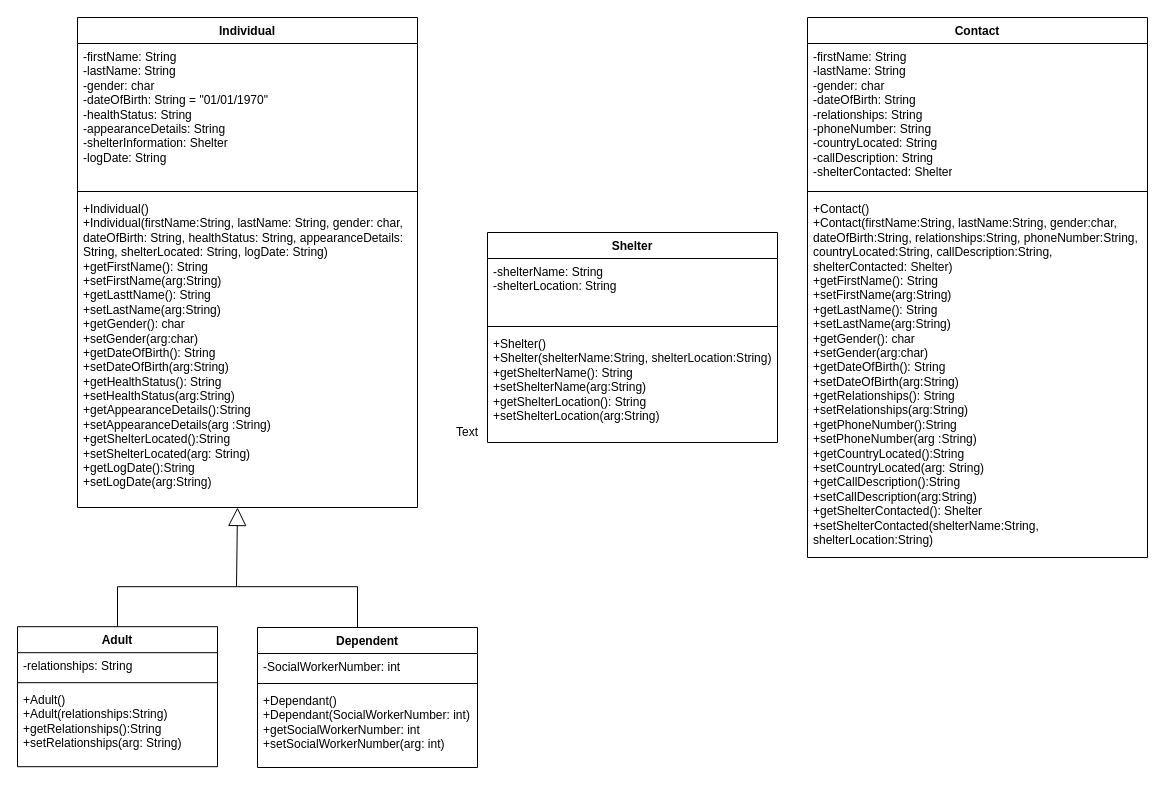
The draw.io diagram disaster_recover_UML_25.drawio in ENSF-380-Group-25/Project-1, before the edit. Source tidied: cells renumbered, new cells numbered last; positions are measured from the earlier drawing's top-left corner, leaving out a move shared by most shapes. Both pictures are drawn from the tidied source at 100%, with x=0, y=0 at pixel (17, 17).
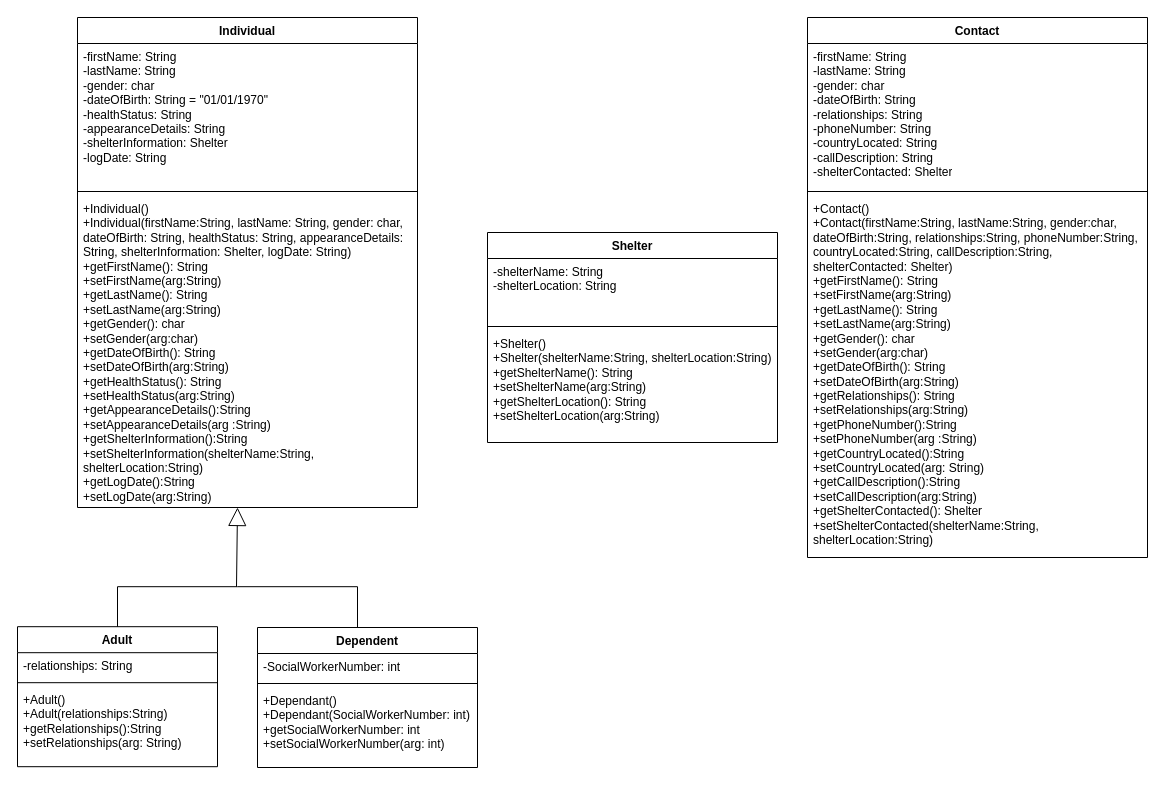
The same diagram, later.

Commit message:
made changes to the individual class(made changes within constructor)

Unchanged cells that the change refers to:
```xml
<mxCell id="2" value="Individual" style="swimlane;fontStyle=1;align=center;verticalAlign=top;horizontal=1;startSize=26;whiteSpace=wrap;html=1;" parent="1" vertex="1">
  <mxGeometry x="60" width="340" height="490" as="geometry" />
</mxCell>
```

Change to the diagram source:
```diff
@@
-    <mxCell id="5" value="&lt;div&gt;+Individual()&lt;/div&gt;&lt;div&gt;+Individual(firstName:String, lastName: String, gender: char, dateOfBirth: String, healthStatus: String, appearanceDetails: String, shelterLocated: String, logDate: String)&lt;/div&gt;+getFirstName(): String&lt;div&gt;+setFirstName(arg:String)&lt;/div&gt;&lt;div&gt;+getLasttName(): String&lt;div&gt;+setLastName(arg:String)&lt;/div&gt;&lt;div&gt;+getGender(): char&lt;div&gt;+setGender(arg:char)&lt;/div&gt;&lt;div&gt;+getDateOfBirth(): String&lt;div&gt;+setDateOfBirth(arg:String)&lt;/div&gt;&lt;div&gt;+getHealthStatus(): String&lt;div&gt;+setHealthStatus(arg:String)&lt;/div&gt;&lt;div&gt;+getAppearanceDetails():String&lt;/div&gt;&lt;div&gt;+setAppearanceDetails(arg&amp;nbsp;&lt;span style=&quot;background-color: transparent; color: light-dark(rgb(0, 0, 0), rgb(255, 255, 255));&quot;&gt;:String&lt;/span&gt;&lt;span style=&quot;background-color: transparent; color: light-dark(rgb(0, 0, 0), rgb(255, 255, 255));&quot;&gt;)&lt;/span&gt;&lt;/div&gt;&lt;div&gt;+getShelterLocated():String&lt;/div&gt;&lt;div&gt;+setShelterLocated(arg: String)&lt;/div&gt;&lt;div&gt;+getLogDate():String&lt;/div&gt;&lt;div&gt;+setLogDate(arg:String)&lt;/div&gt;&lt;div&gt;&lt;br&gt;&lt;/div&gt;&lt;div&gt;&lt;br&gt;&lt;/div&gt;&lt;/div&gt;&lt;div&gt;&lt;br&gt;&lt;/div&gt;&lt;/div&gt;&lt;/div&gt;&lt;div&gt;&lt;br&gt;&lt;/div&gt;&lt;/div&gt;" style="text;strokeColor=none;fillColor=none;align=left;verticalAlign=top;spacingLeft=4;spacingRight=4;overflow=hidden;whiteSpace=wrap;html=1;" parent="2" vertex="1">
+    <mxCell id="5" value="&lt;div&gt;+Individual()&lt;/div&gt;&lt;div&gt;+Individual(firstName:String, lastName: String, gender: char, dateOfBirth: String, healthStatus: String, appearanceDetails: String, shelterInformation: Shelter, logDate: String)&lt;/div&gt;+getFirstName(): String&lt;div&gt;+setFirstName(arg:String)&lt;/div&gt;&lt;div&gt;+getLastName(): String&lt;div&gt;+setLastName(arg:String)&lt;/div&gt;&lt;div&gt;+getGender(): char&lt;div&gt;+setGender(arg:char)&lt;/div&gt;&lt;div&gt;+getDateOfBirth(): String&lt;div&gt;+setDateOfBirth(arg:String)&lt;/div&gt;&lt;div&gt;+getHealthStatus(): String&lt;div&gt;+setHealthStatus(arg:String)&lt;/div&gt;&lt;div&gt;+getAppearanceDetails():String&lt;/div&gt;&lt;div&gt;+setAppearanceDetails(arg&amp;nbsp;&lt;span style=&quot;background-color: transparent; color: light-dark(rgb(0, 0, 0), rgb(255, 255, 255));&quot;&gt;:String&lt;/span&gt;&lt;span style=&quot;background-color: transparent; color: light-dark(rgb(0, 0, 0), rgb(255, 255, 255));&quot;&gt;)&lt;/span&gt;&lt;/div&gt;&lt;div&gt;+getShelterInformation():String&lt;/div&gt;&lt;div&gt;+setShelterInformation(shelterName:String, shelterLocation:String)&lt;/div&gt;&lt;div&gt;+getLogDate():String&lt;/div&gt;&lt;div&gt;+setLogDate(arg:String)&lt;/div&gt;&lt;div&gt;&lt;br&gt;&lt;/div&gt;&lt;div&gt;&lt;br&gt;&lt;/div&gt;&lt;/div&gt;&lt;div&gt;&lt;br&gt;&lt;/div&gt;&lt;/div&gt;&lt;/div&gt;&lt;div&gt;&lt;br&gt;&lt;/div&gt;&lt;/div&gt;" style="text;strokeColor=none;fillColor=none;align=left;verticalAlign=top;spacingLeft=4;spacingRight=4;overflow=hidden;whiteSpace=wrap;html=1;" parent="2" vertex="1">
       <mxGeometry y="178" width="340" height="312" as="geometry" />
     </mxCell>
@@
-    <mxCell id="27" value="Text" style="text;html=1;align=center;verticalAlign=middle;whiteSpace=wrap;rounded=0;" parent="1" vertex="1">
-      <mxGeometry x="420" y="400" width="60" height="30" as="geometry" />
-    </mxCell>
```
